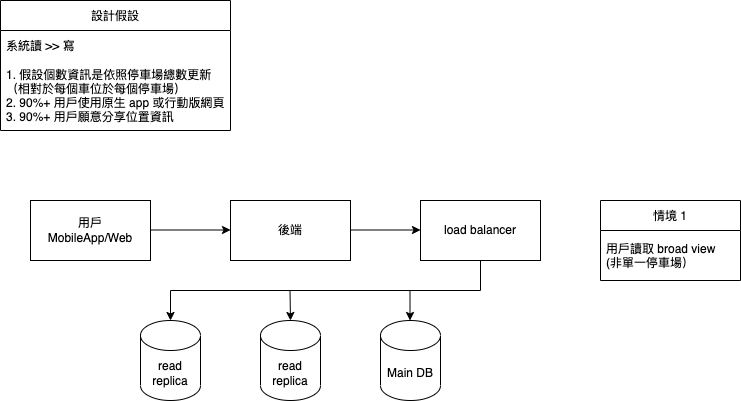
ycliu29/a_p keeps this draw.io diagram as Q3_parking_info/parking_info.png. Above is the earlier version. Source tidied: cells renumbered, new cells last; positions are measured from the earlier drawing's top-left corner, leaving out a move shared by most shapes.
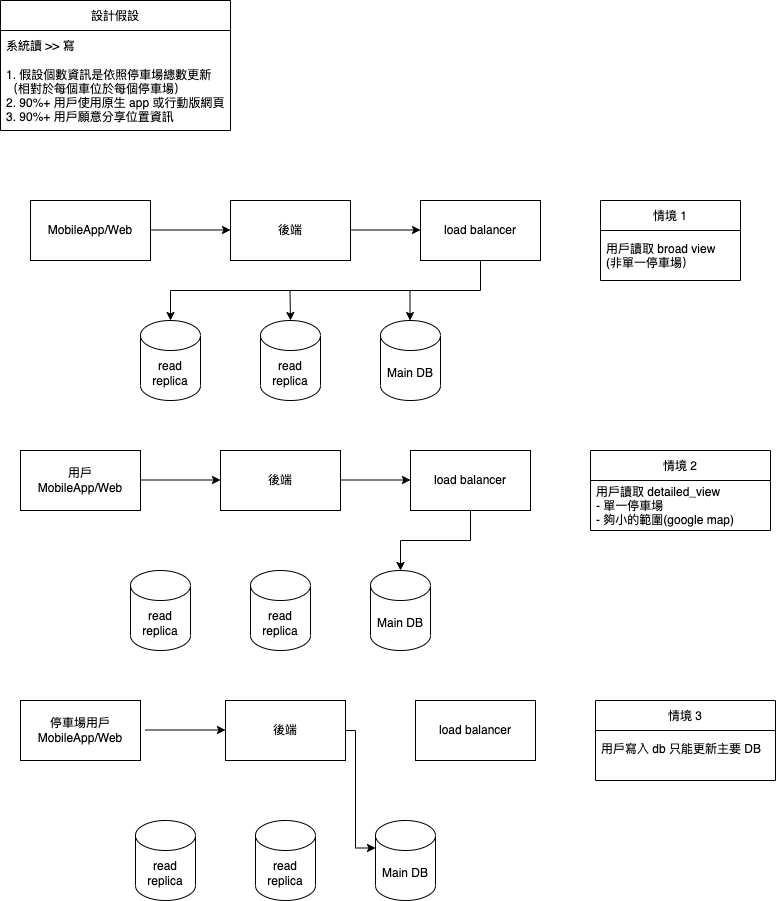
Above is the later version.

The edit, as a diff of the source:
```diff
@@ -11,7 +11,7 @@
     <mxCell id="4" value="1. 假設個數資訊是依照停車場總數更新&#10;（相對於每個車位於每個停車場）&#10;2. 90%+ 用戶使用原生 app 或行動版網頁&#10;3. 90%+ 用戶願意分享位置資訊" style="text;strokeColor=none;fillColor=none;align=left;verticalAlign=middle;spacingLeft=4;spacingRight=4;overflow=hidden;fontSize=12;" parent="2" vertex="1">
       <mxGeometry y="60" width="230" height="70" as="geometry" />
     </mxCell>
-    <mxCell id="5" value="用戶&lt;br&gt;MobileApp/Web" style="rounded=0;whiteSpace=wrap;html=1;fontSize=12;" parent="1" vertex="1">
+    <mxCell id="5" value="MobileApp/Web" style="rounded=0;whiteSpace=wrap;html=1;fontSize=12;" parent="1" vertex="1">
       <mxGeometry x="30" y="200" width="120" height="60" as="geometry" />
     </mxCell>
     <mxCell id="6" value="後端" style="rounded=0;whiteSpace=wrap;html=1;fontSize=12;" parent="1" vertex="1">
@@ -62,5 +62,82 @@
     <mxCell id="17" value="用戶讀取 broad view&#10;(非單一停車場）" style="text;strokeColor=none;fillColor=none;align=left;verticalAlign=middle;spacingLeft=4;spacingRight=4;overflow=hidden;fontSize=12;" parent="16" vertex="1">
       <mxGeometry y="30" width="140" height="50" as="geometry" />
     </mxCell>
+    <mxCell id="18" value="情境 2" style="swimlane;fontStyle=0;horizontal=1;startSize=30;fontSize=12;" parent="1" vertex="1">
+      <mxGeometry x="590" y="450" width="180" height="80" as="geometry" />
+    </mxCell>
+    <mxCell id="19" value="用戶讀取 detailed_view&#10;- 單一停車場&#10;- 夠小的範圍(google map)" style="text;strokeColor=none;fillColor=none;align=left;verticalAlign=middle;spacingLeft=4;spacingRight=4;overflow=hidden;fontSize=12;" parent="18" vertex="1">
+      <mxGeometry y="30" width="180" height="50" as="geometry" />
+    </mxCell>
+    <mxCell id="20" value="用戶&lt;br&gt;MobileApp/Web" style="rounded=0;whiteSpace=wrap;html=1;fontSize=12;" parent="1" vertex="1">
+      <mxGeometry x="20" y="450" width="120" height="60" as="geometry" />
+    </mxCell>
+    <mxCell id="21" value="後端" style="rounded=0;whiteSpace=wrap;html=1;fontSize=12;" parent="1" vertex="1">
+      <mxGeometry x="220" y="450" width="120" height="60" as="geometry" />
+    </mxCell>
+    <mxCell id="22" style="endArrow=classic;html=1;rounded=0;fontSize=12;" parent="1" edge="1">
+      <mxGeometry relative="1" as="geometry">
+        <mxPoint x="140" y="479.5" as="sourcePoint" />
+        <mxPoint x="220" y="479.5" as="targetPoint" />
+      </mxGeometry>
+    </mxCell>
+    <mxCell id="23" style="endArrow=classic;html=1;rounded=0;fontSize=12;" parent="1" edge="1">
+      <mxGeometry relative="1" as="geometry">
+        <mxPoint x="340" y="479.5" as="sourcePoint" />
+        <mxPoint x="410" y="479.5" as="targetPoint" />
+      </mxGeometry>
+    </mxCell>
+    <mxCell id="24" style="edgeStyle=orthogonalEdgeStyle;rounded=0;jettySize=auto;html=1;exitX=0.5;exitY=1;exitDx=0;exitDy=0;entryX=0.5;entryY=0;entryDx=0;entryDy=0;entryPerimeter=0;fontSize=12;" parent="1" edge="1" source="25" target="28">
+      <mxGeometry relative="1" as="geometry" />
+    </mxCell>
+    <mxCell id="25" value="load balancer" style="rounded=0;whiteSpace=wrap;html=1;fontSize=12;" parent="1" vertex="1">
+      <mxGeometry x="410" y="450" width="120" height="60" as="geometry" />
+    </mxCell>
+    <mxCell id="26" value="read replica" style="shape=cylinder3;whiteSpace=wrap;html=1;boundedLbl=1;backgroundOutline=1;size=15;fontSize=12;" parent="1" vertex="1">
+      <mxGeometry x="130" y="570" width="60" height="80" as="geometry" />
+    </mxCell>
+    <mxCell id="27" value="read replica" style="shape=cylinder3;whiteSpace=wrap;html=1;boundedLbl=1;backgroundOutline=1;size=15;fontSize=12;" parent="1" vertex="1">
+      <mxGeometry x="250" y="570" width="60" height="80" as="geometry" />
+    </mxCell>
+    <mxCell id="28" value="Main DB" style="shape=cylinder3;whiteSpace=wrap;html=1;boundedLbl=1;backgroundOutline=1;size=15;fontSize=12;" parent="1" vertex="1">
+      <mxGeometry x="370" y="570" width="60" height="80" as="geometry" />
+    </mxCell>
+    <mxCell id="29" value="情境 3" style="swimlane;fontStyle=0;horizontal=1;startSize=30;fontSize=12;" parent="1" vertex="1">
+      <mxGeometry x="595" y="700" width="180" height="80" as="geometry" />
+    </mxCell>
+    <mxCell id="30" value="用戶寫入 db 只能更新主要 DB&#10; " style="text;strokeColor=none;fillColor=none;align=left;verticalAlign=middle;spacingLeft=4;spacingRight=4;overflow=hidden;fontSize=12;" parent="29" vertex="1">
+      <mxGeometry y="30" width="180" height="50" as="geometry" />
+    </mxCell>
+    <mxCell id="31" value="停車場用戶&lt;br&gt;MobileApp/Web" style="rounded=0;whiteSpace=wrap;html=1;fontSize=12;" parent="1" vertex="1">
+      <mxGeometry x="20" y="700" width="120" height="60" as="geometry" />
+    </mxCell>
+    <mxCell id="32" style="edgeStyle=orthogonalEdgeStyle;rounded=0;jettySize=auto;html=1;exitX=1;exitY=0.5;exitDx=0;exitDy=0;entryX=0;entryY=0;entryDx=0;entryDy=27.5;entryPerimeter=0;fontSize=12;" parent="1" edge="1" source="33" target="38">
+      <mxGeometry relative="1" as="geometry">
+        <Array as="points">
+          <mxPoint x="355" y="730" />
+          <mxPoint x="355" y="848" />
+        </Array>
+      </mxGeometry>
+    </mxCell>
+    <mxCell id="33" value="後端" style="rounded=0;whiteSpace=wrap;html=1;fontSize=12;" parent="1" vertex="1">
+      <mxGeometry x="225" y="700" width="120" height="60" as="geometry" />
+    </mxCell>
+    <mxCell id="34" style="endArrow=classic;html=1;rounded=0;fontSize=12;" parent="1" edge="1">
+      <mxGeometry relative="1" as="geometry">
+        <mxPoint x="145" y="729.5" as="sourcePoint" />
+        <mxPoint x="225" y="729.5" as="targetPoint" />
+      </mxGeometry>
+    </mxCell>
+    <mxCell id="35" value="load balancer" style="rounded=0;whiteSpace=wrap;html=1;fontSize=12;" parent="1" vertex="1">
+      <mxGeometry x="415" y="700" width="120" height="60" as="geometry" />
+    </mxCell>
+    <mxCell id="36" value="read replica" style="shape=cylinder3;whiteSpace=wrap;html=1;boundedLbl=1;backgroundOutline=1;size=15;fontSize=12;" parent="1" vertex="1">
+      <mxGeometry x="135" y="820" width="60" height="80" as="geometry" />
+    </mxCell>
+    <mxCell id="37" value="read replica" style="shape=cylinder3;whiteSpace=wrap;html=1;boundedLbl=1;backgroundOutline=1;size=15;fontSize=12;" parent="1" vertex="1">
+      <mxGeometry x="255" y="820" width="60" height="80" as="geometry" />
+    </mxCell>
+    <mxCell id="38" value="Main DB" style="shape=cylinder3;whiteSpace=wrap;html=1;boundedLbl=1;backgroundOutline=1;size=15;fontSize=12;" parent="1" vertex="1">
+      <mxGeometry x="375" y="820" width="60" height="80" as="geometry" />
+    </mxCell>
   </root>
 </mxGraphModel>
```
